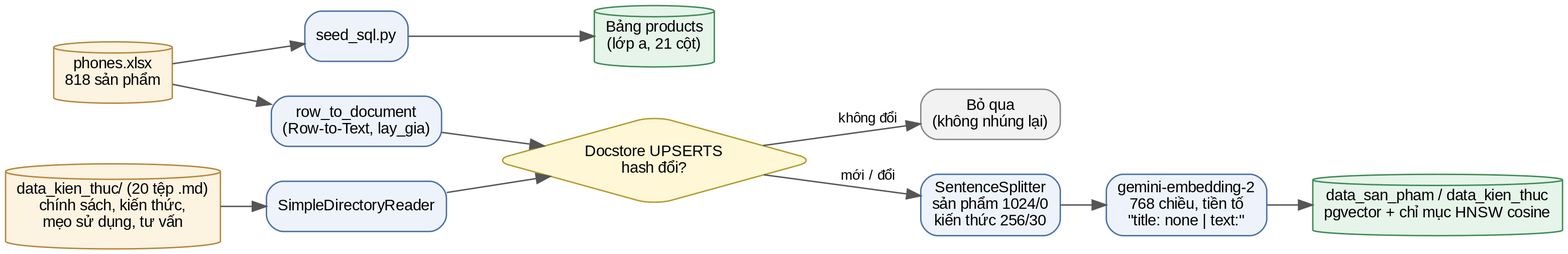
Above: hinh/hinh_3_1_luong_nap.png in npone25/LlamaIndex_RAG_Tech (Graphviz), before the change. Its source is kept beside it as hinh/hinh_3_1_luong_nap.dot. The source it was exported from:
```dot
digraph G {
  rankdir=LR; nodesep=0.35; ranksep=0.45;
  node [shape=box, style="rounded,filled", fillcolor="#eef3fb", color="#4a6fa5", fontname="Liberation Sans", fontsize=11];
  edge [color="#555555", fontname="Liberation Sans", fontsize=10];
  excel [label="phones.xlsx\n818 sản phẩm", shape=cylinder, fillcolor="#fdf3e1", color="#b7863b"];
  cs [label="data_kien_thuc/ (20 tệp .md)\nchính sách, kiến thức,\nmẹo sử dụng, tư vấn", shape=cylinder, fillcolor="#fdf3e1", color="#b7863b"];
  r2t [label="row_to_document\n(Row-to-Text, lay_gia)"];
  sdr [label="SimpleDirectoryReader"];
  seed [label="seed_sql.py"];
  products [label="Bảng products\n(lớp a, 21 cột)", shape=cylinder, fillcolor="#e6f4ea", color="#3b8b55"];
  ds [label="Docstore UPSERTS\nhash đổi?", shape=diamond, fillcolor="#fff7d6", color="#b39b2d"];
  skip [label="Bỏ qua\n(không nhúng lại)", fillcolor="#f2f2f2", color="#888888"];
  split [label="SentenceSplitter\nsản phẩm 1024/0\nkiến thức 256/30"];
  emb [label="gemini-embedding-2\n768 chiều, tiền tố\n\"title: none | text:\""];
  pg [label="data_san_pham / data_kien_thuc\npgvector + chỉ mục HNSW cosine", shape=cylinder, fillcolor="#e6f4ea", color="#3b8b55"];
  excel -> seed -> products;
  excel -> r2t -> ds;
  cs -> sdr -> ds;
  ds -> skip [label="không đổi"];
  ds -> split [label="mới / đổi"];
  split -> emb -> pg;
}
```
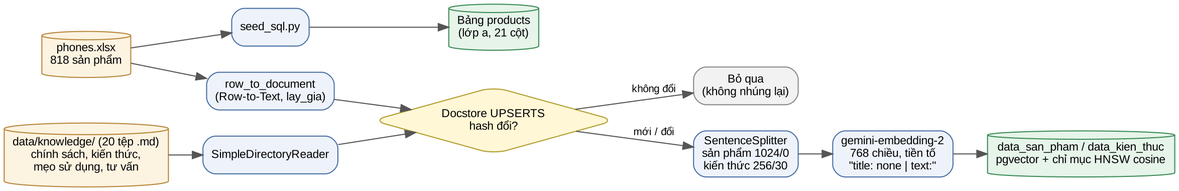
After the commit.

What changed in the source:
```diff
@@ -3,7 +3,7 @@
   node [shape=box, style="rounded,filled", fillcolor="#eef3fb", color="#4a6fa5", fontname="Liberation Sans", fontsize=11];
   edge [color="#555555", fontname="Liberation Sans", fontsize=10];
   excel [label="phones.xlsx\n818 sản phẩm", shape=cylinder, fillcolor="#fdf3e1", color="#b7863b"];
-  cs [label="data_kien_thuc/ (20 tệp .md)\nchính sách, kiến thức,\nmẹo sử dụng, tư vấn", shape=cylinder, fillcolor="#fdf3e1", color="#b7863b"];
+  cs [label="data/knowledge/ (20 tệp .md)\nchính sách, kiến thức,\nmẹo sử dụng, tư vấn", shape=cylinder, fillcolor="#fdf3e1", color="#b7863b"];
   r2t [label="row_to_document\n(Row-to-Text, lay_gia)"];
   sdr [label="SimpleDirectoryReader"];
   seed [label="seed_sql.py"];
```
